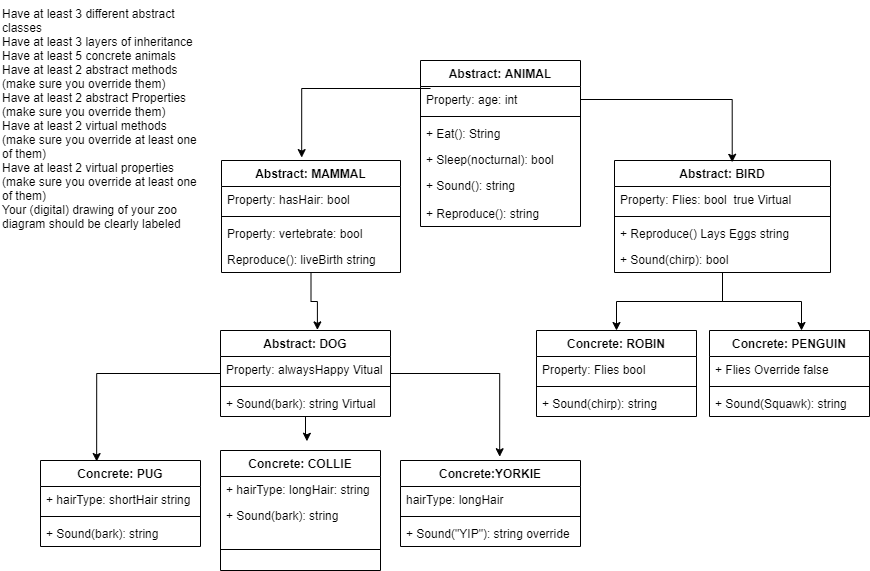
The draw.io diagram Assets/CreateAZoo.png in jmcia2020/Lab06-OOP-Principles, before a commit. Source tidied: cells renumbered, new cells last; positions are measured from the earlier drawing's top-left corner, leaving out a move shared by most shapes.
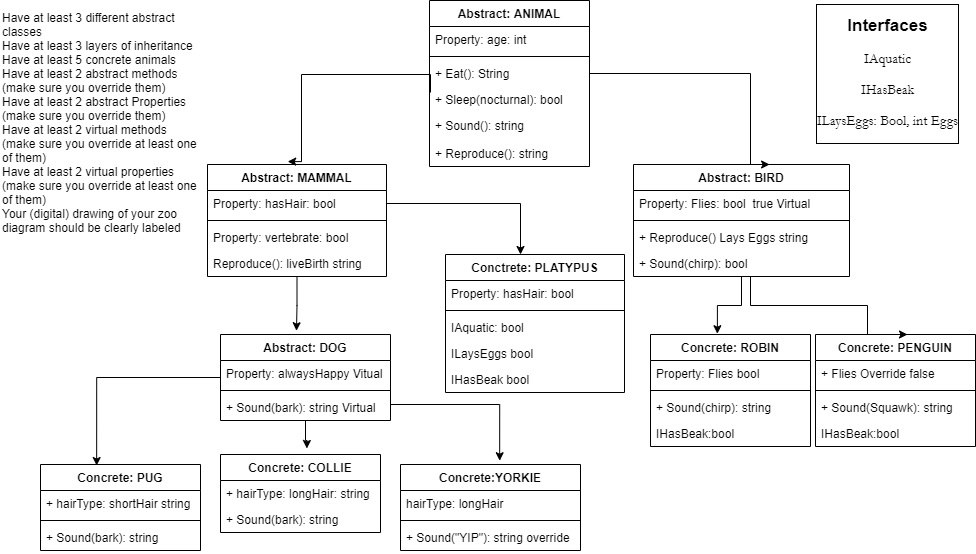
The same file after the commit.

Commit message:
added platypus and 4 interface

What changed in the source:
```diff
@@ -5,11 +5,11 @@
     <mxCell id="2" value="Have at least 3 different abstract classes&#10;Have at least 3 layers of inheritance&#10;Have at least 5 concrete animals&#10;Have at least 2 abstract methods (make sure you override them)&#10;Have at least 2 abstract Properties (make sure you override them)&#10;Have at least 2 virtual methods (make sure you override at least one of them)&#10;Have at least 2 virtual properties (make sure you override at least one of them)&#10;Your (digital) drawing of your zoo diagram should be clearly labeled" style="text;whiteSpace=wrap;html=1;" parent="1" vertex="1">
       <mxGeometry width="200" height="290" as="geometry" />
     </mxCell>
-    <mxCell id="3" style="edgeStyle=orthogonalEdgeStyle;rounded=0;jettySize=auto;html=1;entryX=0.57;entryY=-0.007;entryDx=0;entryDy=0;entryPerimeter=0;" parent="1" edge="1" source="4" target="16">
+    <mxCell id="3" style="edgeStyle=orthogonalEdgeStyle;rounded=0;jettySize=auto;html=1;entryX=0.447;entryY=-0.044;entryDx=0;entryDy=0;entryPerimeter=0;" parent="1" edge="1" source="4" target="16">
       <mxGeometry relative="1" as="geometry" />
     </mxCell>
     <mxCell id="4" value="Abstract: MAMMAL" style="swimlane;fontStyle=1;align=center;verticalAlign=top;horizontal=1;startSize=26;" parent="1" vertex="1">
-      <mxGeometry x="221" y="160" width="179" height="112" as="geometry" />
+      <mxGeometry x="207" y="160" width="179" height="112" as="geometry" />
     </mxCell>
     <mxCell id="5" value="Property: hasHair: bool" style="text;strokeColor=none;fillColor=none;align=left;verticalAlign=top;spacingLeft=4;spacingRight=4;overflow=hidden;points=[[0,0.5],[1,0.5]];portConstraint=eastwest;" parent="4" vertex="1">
       <mxGeometry y="26" width="179" height="26" as="geometry" />
@@ -23,8 +23,11 @@
     <mxCell id="8" value="Reproduce(): liveBirth string" style="text;strokeColor=none;fillColor=none;align=left;verticalAlign=top;spacingLeft=4;spacingRight=4;overflow=hidden;" parent="4" vertex="1">
       <mxGeometry y="86" width="179" height="26" as="geometry" />
     </mxCell>
+    <mxCell id="24" style="edgeStyle=orthogonalEdgeStyle;rounded=0;jettySize=auto;html=1;entryX=0.418;entryY=-0.007;entryDx=0;entryDy=0;entryPerimeter=0;" parent="1" edge="1" source="9" target="20">
+      <mxGeometry relative="1" as="geometry" />
+    </mxCell>
     <mxCell id="9" value="Abstract: BIRD" style="swimlane;fontStyle=1;align=center;verticalAlign=top;horizontal=1;startSize=26;" parent="1" vertex="1">
-      <mxGeometry x="614" y="160" width="216" height="112" as="geometry" />
+      <mxGeometry x="633" y="160" width="216" height="112" as="geometry" />
     </mxCell>
     <mxCell id="10" value="Property: Flies: bool  true Virtual" style="text;strokeColor=none;fillColor=none;align=left;verticalAlign=top;spacingLeft=4;spacingRight=4;overflow=hidden;" parent="9" vertex="1">
       <mxGeometry y="26" width="216" height="26" as="geometry" />
@@ -41,6 +44,10 @@
     <mxCell id="14" style="edgeStyle=orthogonalEdgeStyle;rounded=0;jettySize=auto;html=1;entryX=0.448;entryY=-0.026;entryDx=0;entryDy=0;entryPerimeter=0;" parent="1" edge="1" target="4">
       <mxGeometry x="90" y="80" as="geometry">
         <mxPoint x="430" y="88" as="sourcePoint" />
+        <Array as="points">
+          <mxPoint x="430" y="70" />
+          <mxPoint x="301" y="70" />
+        </Array>
       </mxGeometry>
     </mxCell>
     <mxCell id="15" style="edgeStyle=orthogonalEdgeStyle;rounded=0;jettySize=auto;html=1;entryX=0.54;entryY=-0.077;entryDx=0;entryDy=0;entryPerimeter=0;" parent="1" edge="1" source="16" target="35">
@@ -59,7 +66,7 @@
       <mxGeometry y="60" width="170" height="26" as="geometry" />
     </mxCell>
     <mxCell id="20" value="Concrete: ROBIN" style="swimlane;fontStyle=1;align=center;verticalAlign=top;horizontal=1;startSize=26;" parent="1" vertex="1">
-      <mxGeometry x="536" y="330" width="160" height="86" as="geometry" />
+      <mxGeometry x="650" y="330" width="160" height="112" as="geometry" />
     </mxCell>
     <mxCell id="21" value="Property: Flies bool " style="text;strokeColor=none;fillColor=none;align=left;verticalAlign=top;spacingLeft=4;spacingRight=4;overflow=hidden;" parent="20" vertex="1">
       <mxGeometry y="26" width="160" height="26" as="geometry" />
@@ -70,11 +77,11 @@
     <mxCell id="23" value="+ Sound(chirp): string" style="text;strokeColor=none;fillColor=none;align=left;verticalAlign=top;spacingLeft=4;spacingRight=4;overflow=hidden;" parent="20" vertex="1">
       <mxGeometry y="60" width="160" height="26" as="geometry" />
     </mxCell>
-    <mxCell id="24" style="edgeStyle=orthogonalEdgeStyle;rounded=0;jettySize=auto;html=1;" parent="1" edge="1" source="9" target="20">
-      <mxGeometry x="90" y="80" as="geometry" />
-    </mxCell>
+    <mxCell id="52" value="IHasBeak:bool " style="text;strokeColor=none;fillColor=none;align=left;verticalAlign=top;spacingLeft=4;spacingRight=4;overflow=hidden;" parent="20" vertex="1">
+      <mxGeometry y="86" width="160" height="26" as="geometry" />
+    </mxCell>
     <mxCell id="25" value="Concrete: PENGUIN" style="swimlane;fontStyle=1;align=center;verticalAlign=top;horizontal=1;startSize=26;" parent="1" vertex="1">
-      <mxGeometry x="709" y="330" width="160" height="86" as="geometry" />
+      <mxGeometry x="815" y="330" width="160" height="112" as="geometry" />
     </mxCell>
     <mxCell id="26" value="+ Flies Override false" style="text;strokeColor=none;fillColor=none;align=left;verticalAlign=top;spacingLeft=4;spacingRight=4;overflow=hidden;" parent="25" vertex="1">
       <mxGeometry y="26" width="160" height="26" as="geometry" />
@@ -85,8 +92,18 @@
     <mxCell id="28" value="+ Sound(Squawk): string" style="text;strokeColor=none;fillColor=none;align=left;verticalAlign=top;spacingLeft=4;spacingRight=4;overflow=hidden;" parent="25" vertex="1">
       <mxGeometry y="60" width="160" height="26" as="geometry" />
     </mxCell>
+    <mxCell id="53" value="IHasBeak:bool" style="text;strokeColor=none;fillColor=none;align=left;verticalAlign=top;spacingLeft=4;spacingRight=4;overflow=hidden;" parent="25" vertex="1">
+      <mxGeometry y="86" width="160" height="26" as="geometry" />
+    </mxCell>
-    <mxCell id="29" style="edgeStyle=orthogonalEdgeStyle;rounded=0;jettySize=auto;html=1;entryX=0.575;entryY=0;entryDx=0;entryDy=0;entryPerimeter=0;" parent="1" edge="1" source="9" target="25">
-      <mxGeometry x="90" y="80" as="geometry" />
+    <mxCell id="29" style="edgeStyle=orthogonalEdgeStyle;rounded=0;jettySize=auto;html=1;entryX=0.575;entryY=0;entryDx=0;entryDy=0;entryPerimeter=0;" parent="1" edge="1" target="25">
+      <mxGeometry x="156" y="80" as="geometry">
+        <mxPoint x="788" y="272" as="sourcePoint" />
+        <Array as="points">
+          <mxPoint x="750" y="272" />
+          <mxPoint x="750" y="301" />
+          <mxPoint x="867" y="301" />
+        </Array>
+      </mxGeometry>
     </mxCell>
     <mxCell id="30" value="Concrete: PUG" style="swimlane;fontStyle=1;align=center;verticalAlign=top;horizontal=1;startSize=26;" parent="1" vertex="1">
       <mxGeometry x="40" y="460" width="160" height="86" as="geometry" />
@@ -104,7 +121,7 @@
       <mxGeometry x="90" y="80" as="geometry" />
     </mxCell>
     <mxCell id="35" value="Concrete: COLLIE" style="swimlane;fontStyle=1;align=center;verticalAlign=top;horizontal=1;startSize=26;" parent="1" vertex="1">
-      <mxGeometry x="220" y="450" width="160" height="120" as="geometry" />
+      <mxGeometry x="220" y="450" width="160" height="78" as="geometry" />
     </mxCell>
     <mxCell id="36" value="+ hairType: longHair: string" style="text;strokeColor=none;fillColor=none;align=left;verticalAlign=top;spacingLeft=4;spacingRight=4;overflow=hidden;" parent="35" vertex="1">
       <mxGeometry y="26" width="160" height="26" as="geometry" />
@@ -112,9 +129,6 @@
     <mxCell id="37" value="+ Sound(bark): string" style="text;strokeColor=none;fillColor=none;align=left;verticalAlign=top;spacingLeft=4;spacingRight=4;overflow=hidden;" parent="35" vertex="1">
       <mxGeometry y="52" width="160" height="26" as="geometry" />
     </mxCell>
-    <mxCell id="38" style="line;strokeWidth=1;fillColor=none;align=left;verticalAlign=middle;spacingTop=-1;spacingLeft=3;spacingRight=3;labelPosition=right;" parent="35" vertex="1">
-      <mxGeometry y="78" width="160" height="42" as="geometry" />
-    </mxCell>
     <mxCell id="39" value="Concrete:YORKIE" style="swimlane;fontStyle=1;align=center;verticalAlign=top;horizontal=1;startSize=26;" parent="1" vertex="1">
       <mxGeometry x="400" y="460" width="180" height="86" as="geometry" />
     </mxCell>
@@ -128,7 +142,7 @@
       <mxGeometry y="60" width="180" height="26" as="geometry" />
     </mxCell>
     <mxCell id="43" value="Abstract: ANIMAL" style="swimlane;fontStyle=1;align=center;verticalAlign=top;horizontal=1;startSize=26;" parent="1" vertex="1">
-      <mxGeometry x="420" y="60" width="160" height="166" as="geometry" />
+      <mxGeometry x="429" y="-4" width="160" height="166" as="geometry" />
     </mxCell>
     <mxCell id="44" value="Property: age: int" style="text;strokeColor=none;fillColor=none;align=left;verticalAlign=top;spacingLeft=4;spacingRight=4;overflow=hidden;points=[[0,0.5],[1,0.5]];portConstraint=eastwest;" parent="43" vertex="1">
       <mxGeometry y="26" width="160" height="26" as="geometry" />
@@ -148,11 +162,44 @@
     <mxCell id="49" value="+ Reproduce(): string" style="text;strokeColor=none;fillColor=none;align=left;verticalAlign=top;spacingLeft=4;spacingRight=4;overflow=hidden;" parent="43" vertex="1">
       <mxGeometry y="140" width="160" height="26" as="geometry" />
     </mxCell>
-    <mxCell id="50" style="edgeStyle=orthogonalEdgeStyle;rounded=0;jettySize=auto;html=1;entryX=0.545;entryY=0.016;entryDx=0;entryDy=0;entryPerimeter=0;" parent="1" edge="1" source="44" target="9">
-      <mxGeometry x="90" y="80" as="geometry" />
-    </mxCell>
     <mxCell id="51" style="edgeStyle=orthogonalEdgeStyle;rounded=0;jettySize=auto;html=1;entryX=0.551;entryY=-0.044;entryDx=0;entryDy=0;entryPerimeter=0;" parent="1" edge="1" source="16" target="39">
-      <mxGeometry x="90" y="80" as="geometry" />
+      <mxGeometry x="90" y="80" as="geometry">
+        <Array as="points">
+          <mxPoint x="499" y="400" />
+        </Array>
+      </mxGeometry>
     </mxCell>
+    <mxCell id="54" value="&lt;h1 style=&quot;font-size: 17px&quot;&gt;Interfaces&lt;/h1&gt;&lt;p style=&quot;font-size: 14px&quot;&gt;&lt;font face=&quot;Garamond&quot; style=&quot;font-size: 14px&quot;&gt;IAquatic&lt;/font&gt;&lt;/p&gt;&lt;p style=&quot;font-size: 14px&quot;&gt;&lt;font face=&quot;Garamond&quot; style=&quot;font-size: 14px&quot;&gt;IHasBeak&lt;/font&gt;&lt;/p&gt;&lt;p style=&quot;font-size: 14px&quot;&gt;&lt;font face=&quot;Garamond&quot; style=&quot;font-size: 14px&quot;&gt;ILaysEggs: Bool, int Eggs&lt;/font&gt;&lt;/p&gt;" style="text;html=1;strokeColor=none;fillColor=none;spacing=5;spacingTop=-20;whiteSpace=wrap;overflow=hidden;rounded=0;align=center;labelBorderColor=#000000;" parent="1" vertex="1">
+      <mxGeometry x="800" y="10" width="175" height="184" as="geometry" />
+    </mxCell>
+    <mxCell id="55" style="edgeStyle=orthogonalEdgeStyle;rounded=0;jettySize=auto;html=1;entryX=0.63;entryY=0;entryDx=0;entryDy=0;entryPerimeter=0;" parent="1" edge="1" source="46" target="9">
+      <mxGeometry relative="1" as="geometry">
+        <Array as="points">
+          <mxPoint x="750" y="69" />
+          <mxPoint x="750" y="160" />
+        </Array>
+      </mxGeometry>
+    </mxCell>
+    <mxCell id="56" value="Conctrete: PLATYPUS" style="swimlane;fontStyle=1;align=center;verticalAlign=top;horizontal=1;startSize=26;" parent="1" vertex="1">
+      <mxGeometry x="445" y="250" width="179" height="138" as="geometry" />
+    </mxCell>
+    <mxCell id="57" value="Property: hasHair: bool" style="text;strokeColor=none;fillColor=none;align=left;verticalAlign=top;spacingLeft=4;spacingRight=4;overflow=hidden;" parent="56" vertex="1">
+      <mxGeometry y="26" width="179" height="26" as="geometry" />
+    </mxCell>
+    <mxCell id="58" style="line;strokeWidth=1;fillColor=none;align=left;verticalAlign=middle;spacingTop=-1;spacingLeft=3;spacingRight=3;labelPosition=right;" parent="56" vertex="1">
+      <mxGeometry y="52" width="179" height="8" as="geometry" />
+    </mxCell>
+    <mxCell id="59" value="IAquatic: bool" style="text;strokeColor=none;fillColor=none;align=left;verticalAlign=top;spacingLeft=4;spacingRight=4;overflow=hidden;" parent="56" vertex="1">
+      <mxGeometry y="60" width="179" height="26" as="geometry" />
+    </mxCell>
+    <mxCell id="60" value="ILaysEggs bool " style="text;strokeColor=none;fillColor=none;align=left;verticalAlign=top;spacingLeft=4;spacingRight=4;overflow=hidden;" parent="56" vertex="1">
+      <mxGeometry y="86" width="179" height="26" as="geometry" />
+    </mxCell>
+    <mxCell id="61" value="IHasBeak bool " style="text;strokeColor=none;fillColor=none;align=left;verticalAlign=top;spacingLeft=4;spacingRight=4;overflow=hidden;" parent="56" vertex="1">
+      <mxGeometry y="112" width="179" height="26" as="geometry" />
+    </mxCell>
+    <mxCell id="62" style="edgeStyle=orthogonalEdgeStyle;rounded=0;jettySize=auto;html=1;entryX=0.419;entryY=0;entryDx=0;entryDy=0;entryPerimeter=0;" parent="1" edge="1" source="5" target="56">
+      <mxGeometry relative="1" as="geometry" />
+    </mxCell>
   </root>
 </mxGraphModel>
```
